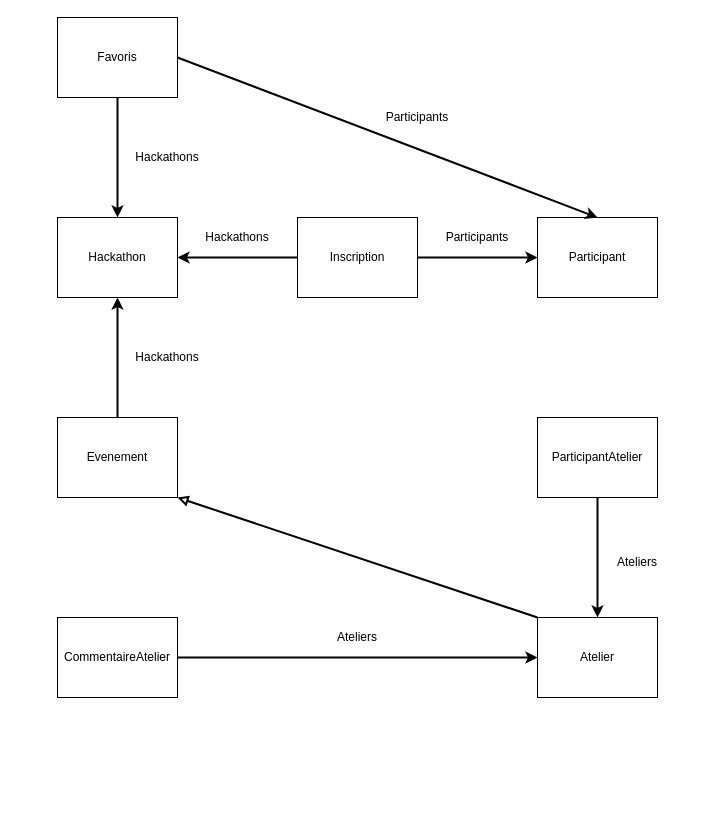
Before: hackaton/diagramme.drawio in Lucidoss/hackaton, a draw.io diagram. Source tidied: cells renumbered, new cells numbered last; positions are measured from the earlier drawing's top-left corner, leaving out a move shared by most shapes. Both pictures are drawn from the tidied source at 100%, with x=0, y=0 at pixel (57, 17).
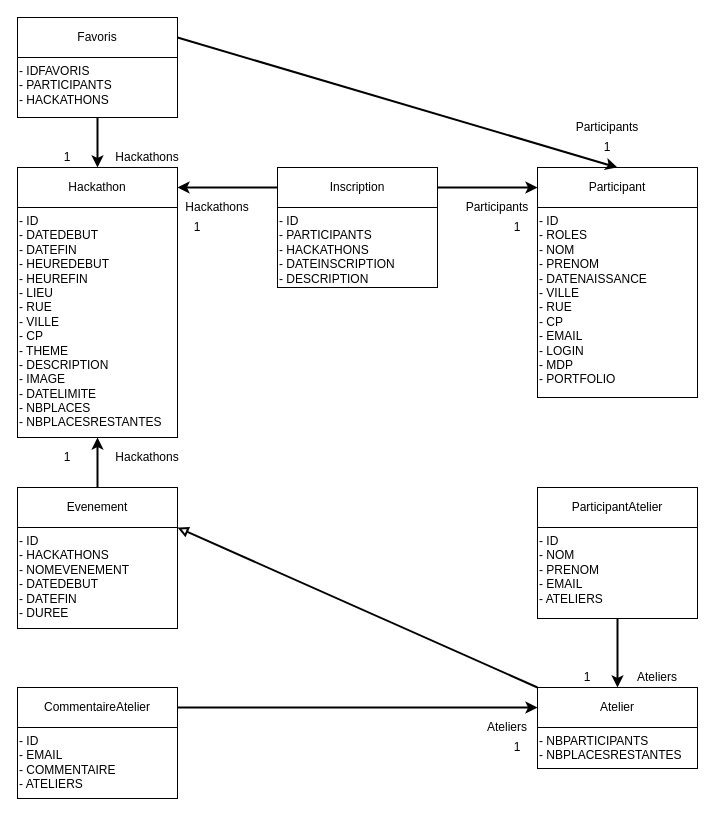
The same page after the edit.

Commit message:
diagramme des classes

Change to the diagram source:
```diff
@@
-    <mxCell id="2" style="edgeStyle=none;html=1;exitX=0.5;exitY=0;exitDx=0;exitDy=0;entryX=0.5;entryY=1;entryDx=0;entryDy=0;strokeWidth=2;" parent="1" edge="1" source="4" target="3">
+    <mxCell id="2" style="edgeStyle=none;html=1;exitX=0.5;exitY=0;exitDx=0;exitDy=0;entryX=0.5;entryY=1;entryDx=0;entryDy=0;strokeWidth=2;" parent="1" edge="1" source="4" target="28">
       <mxGeometry relative="1" as="geometry" />
     </mxCell>
     <mxCell id="3" value="Hackathon" style="whiteSpace=wrap;html=1;shadow=0;rounded=0;glass=0;direction=east;" parent="1" vertex="1">
-      <mxGeometry y="200" width="120" height="80" as="geometry" />
+      <mxGeometry x="-40" y="150" width="160" height="40" as="geometry" />
     </mxCell>
     <mxCell id="4" value="Evenement" style="whiteSpace=wrap;html=1;" parent="1" vertex="1">
-      <mxGeometry y="400" width="120" height="80" as="geometry" />
+      <mxGeometry x="-40" y="470" width="160" height="40" as="geometry" />
     </mxCell>
-    <mxCell id="5" style="edgeStyle=none;html=1;exitX=0.5;exitY=1;exitDx=0;exitDy=0;entryX=0.5;entryY=0;entryDx=0;entryDy=0;strokeWidth=2;" parent="1" edge="1" source="6" target="11">
+    <mxCell id="5" style="edgeStyle=none;html=1;exitX=0.5;exitY=1;exitDx=0;exitDy=0;entryX=0.5;entryY=0;entryDx=0;entryDy=0;strokeWidth=2;" parent="1" edge="1" source="30" target="11">
       <mxGeometry relative="1" as="geometry" />
     </mxCell>
     <mxCell id="6" value="ParticipantAtelier" style="whiteSpace=wrap;html=1;" parent="1" vertex="1">
-      <mxGeometry x="480" y="400" width="120" height="80" as="geometry" />
+      <mxGeometry x="480" y="470" width="160" height="40" as="geometry" />
     </mxCell>
@@
     <mxCell id="9" value="Inscription" style="whiteSpace=wrap;html=1;" parent="1" vertex="1">
-      <mxGeometry x="240" y="200" width="120" height="80" as="geometry" />
+      <mxGeometry x="220" y="150" width="160" height="40" as="geometry" />
     </mxCell>
@@
     <mxCell id="11" value="Atelier" style="whiteSpace=wrap;html=1;" parent="1" vertex="1">
-      <mxGeometry x="480" y="600" width="120" height="80" as="geometry" />
+      <mxGeometry x="480" y="670" width="160" height="40" as="geometry" />
     </mxCell>
     <mxCell id="12" value="Participant" style="whiteSpace=wrap;html=1;" parent="1" vertex="1">
-      <mxGeometry x="480" y="200" width="120" height="80" as="geometry" />
+      <mxGeometry x="480" y="150" width="160" height="40" as="geometry" />
     </mxCell>
@@
     <mxCell id="14" value="CommentaireAtelier" style="whiteSpace=wrap;html=1;" parent="1" vertex="1">
-      <mxGeometry y="600" width="120" height="80" as="geometry" />
+      <mxGeometry x="-40" y="670" width="160" height="40" as="geometry" />
     </mxCell>
@@
     <mxCell id="17" value="Favoris" style="whiteSpace=wrap;html=1;" parent="1" vertex="1">
-      <mxGeometry width="120" height="80" as="geometry" />
+      <mxGeometry x="-40" width="160" height="40" as="geometry" />
     </mxCell>
     <mxCell id="18" value="Participants" style="text;strokeColor=none;align=center;fillColor=none;html=1;verticalAlign=middle;whiteSpace=wrap;rounded=0;shadow=0;glass=0;sketch=0;" parent="1" vertex="1">
-      <mxGeometry x="330" y="80" width="60" height="40" as="geometry" />
+      <mxGeometry x="520" y="90" width="60" height="40" as="geometry" />
     </mxCell>
     <mxCell id="19" value="Hackathons" style="text;strokeColor=none;align=center;fillColor=none;html=1;verticalAlign=middle;whiteSpace=wrap;rounded=0;shadow=0;glass=0;sketch=0;" parent="1" vertex="1">
-      <mxGeometry x="80" y="120" width="60" height="40" as="geometry" />
+      <mxGeometry x="60" y="120" width="60" height="40" as="geometry" />
     </mxCell>
     <mxCell id="20" value="Hackathons" style="text;strokeColor=none;align=center;fillColor=none;html=1;verticalAlign=middle;whiteSpace=wrap;rounded=0;shadow=0;glass=0;sketch=0;" parent="1" vertex="1">
-      <mxGeometry x="150" y="200" width="60" height="40" as="geometry" />
+      <mxGeometry x="130" y="170" width="60" height="40" as="geometry" />
     </mxCell>
     <mxCell id="21" value="Participants" style="text;strokeColor=none;align=center;fillColor=none;html=1;verticalAlign=middle;whiteSpace=wrap;rounded=0;shadow=0;glass=0;sketch=0;" parent="1" vertex="1">
-      <mxGeometry x="390" y="200" width="60" height="40" as="geometry" />
+      <mxGeometry x="410" y="170" width="60" height="40" as="geometry" />
     </mxCell>
-    <mxCell id="22" value="Hackathons" style="text;strokeColor=none;align=center;fillColor=none;html=1;verticalAlign=middle;whiteSpace=wrap;rounded=0;shadow=0;glass=0;sketch=0;" parent="1" vertex="1">
-      <mxGeometry x="80" y="320" width="60" height="40" as="geometry" />
-    </mxCell>
     <mxCell id="23" value="Ateliers" style="text;strokeColor=none;align=center;fillColor=none;html=1;verticalAlign=middle;whiteSpace=wrap;rounded=0;shadow=0;glass=0;sketch=0;" parent="1" vertex="1">
-      <mxGeometry x="270" y="600" width="60" height="40" as="geometry" />
+      <mxGeometry x="420" y="690" width="60" height="40" as="geometry" />
     </mxCell>
     <mxCell id="24" value="Ateliers" style="text;strokeColor=none;align=center;fillColor=none;html=1;verticalAlign=middle;whiteSpace=wrap;rounded=0;shadow=0;glass=0;sketch=0;" parent="1" vertex="1">
-      <mxGeometry x="550" y="524.5" width="60" height="40" as="geometry" />
+      <mxGeometry x="570" y="640" width="60" height="40" as="geometry" />
     </mxCell>
+    <mxCell id="25" value="- IDFAVORIS&lt;br&gt;- PARTICIPANTS&lt;br&gt;- HACKATHONS" style="rounded=0;whiteSpace=wrap;html=1;glass=0;strokeColor=default;align=left;verticalAlign=top;" parent="1" vertex="1">
+      <mxGeometry x="-40" y="40" width="160" height="60" as="geometry" />
+    </mxCell>
+    <mxCell id="26" value="- ID&lt;br&gt;- ROLES&lt;br&gt;- NOM&lt;br&gt;- PRENOM&lt;br&gt;- DATENAISSANCE&lt;br&gt;- VILLE&lt;br&gt;- RUE&lt;br&gt;- CP&lt;br&gt;- EMAIL&lt;br&gt;- LOGIN&lt;br&gt;- MDP&lt;br&gt;- PORTFOLIO" style="rounded=0;whiteSpace=wrap;html=1;glass=0;strokeColor=default;align=left;verticalAlign=top;" parent="1" vertex="1">
+      <mxGeometry x="480" y="190" width="160" height="190" as="geometry" />
+    </mxCell>
+    <mxCell id="27" value="- ID&lt;br&gt;- PARTICIPANTS&lt;br&gt;- HACKATHONS&lt;br&gt;- DATEINSCRIPTION&lt;br&gt;- DESCRIPTION" style="rounded=0;whiteSpace=wrap;html=1;glass=0;strokeColor=default;align=left;verticalAlign=top;" parent="1" vertex="1">
+      <mxGeometry x="220" y="190" width="160" height="80" as="geometry" />
+    </mxCell>
+    <mxCell id="28" value="- ID&lt;br&gt;- DATEDEBUT&lt;br&gt;- DATEFIN&lt;br&gt;- HEUREDEBUT&lt;br&gt;- HEUREFIN&lt;br&gt;- LIEU&lt;br&gt;- RUE&lt;br&gt;- VILLE&lt;br&gt;- CP&lt;br&gt;- THEME&lt;br&gt;- DESCRIPTION&lt;br&gt;- IMAGE&lt;br&gt;- DATELIMITE&lt;br&gt;- NBPLACES&lt;br&gt;- NBPLACESRESTANTES" style="rounded=0;whiteSpace=wrap;html=1;glass=0;strokeColor=default;align=left;verticalAlign=top;" parent="1" vertex="1">
+      <mxGeometry x="-40" y="190" width="160" height="230" as="geometry" />
+    </mxCell>
+    <mxCell id="29" value="- ID&lt;br&gt;- HACKATHONS&lt;br&gt;- NOMEVENEMENT&lt;br&gt;- DATEDEBUT&lt;br&gt;- DATEFIN&lt;br&gt;- DUREE" style="rounded=0;whiteSpace=wrap;html=1;glass=0;strokeColor=default;align=left;verticalAlign=top;" parent="1" vertex="1">
+      <mxGeometry x="-40" y="510" width="160" height="101" as="geometry" />
+    </mxCell>
+    <mxCell id="30" value="- ID&lt;br&gt;- NOM&lt;br&gt;- PRENOM&lt;br&gt;- EMAIL&lt;br&gt;- ATELIERS" style="rounded=0;whiteSpace=wrap;html=1;glass=0;strokeColor=default;align=left;verticalAlign=top;" parent="1" vertex="1">
+      <mxGeometry x="480" y="510" width="160" height="91" as="geometry" />
+    </mxCell>
+    <mxCell id="31" value="- ID&lt;br&gt;- EMAIL&lt;br&gt;- COMMENTAIRE&lt;br&gt;- ATELIERS" style="rounded=0;whiteSpace=wrap;html=1;glass=0;strokeColor=default;align=left;verticalAlign=top;" parent="1" vertex="1">
+      <mxGeometry x="-40" y="710" width="160" height="71" as="geometry" />
+    </mxCell>
+    <mxCell id="32" value="- NBPARTICIPANTS&lt;br&gt;- NBPLACESRESTANTES" style="rounded=0;whiteSpace=wrap;html=1;glass=0;strokeColor=default;align=left;verticalAlign=top;" parent="1" vertex="1">
+      <mxGeometry x="480" y="710" width="160" height="41" as="geometry" />
+    </mxCell>
+    <mxCell id="33" value="1" style="text;strokeColor=none;align=center;fillColor=none;html=1;verticalAlign=middle;whiteSpace=wrap;rounded=0;shadow=0;glass=0;sketch=0;" parent="1" vertex="1">
+      <mxGeometry x="540" y="120" width="20" height="20" as="geometry" />
+    </mxCell>
+    <mxCell id="34" value="1" style="text;strokeColor=none;align=center;fillColor=none;html=1;verticalAlign=middle;whiteSpace=wrap;rounded=0;shadow=0;glass=0;sketch=0;" parent="1" vertex="1">
+      <mxGeometry y="130" width="20" height="20" as="geometry" />
+    </mxCell>
+    <mxCell id="35" value="1" style="text;strokeColor=none;align=center;fillColor=none;html=1;verticalAlign=middle;whiteSpace=wrap;rounded=0;shadow=0;glass=0;sketch=0;" parent="1" vertex="1">
+      <mxGeometry x="130" y="200" width="20" height="20" as="geometry" />
+    </mxCell>
+    <mxCell id="36" value="1" style="text;strokeColor=none;align=center;fillColor=none;html=1;verticalAlign=middle;whiteSpace=wrap;rounded=0;shadow=0;glass=0;sketch=0;" parent="1" vertex="1">
+      <mxGeometry x="450" y="200" width="20" height="20" as="geometry" />
+    </mxCell>
+    <mxCell id="37" value="1" style="text;strokeColor=none;align=center;fillColor=none;html=1;verticalAlign=middle;whiteSpace=wrap;rounded=0;shadow=0;glass=0;sketch=0;" parent="1" vertex="1">
+      <mxGeometry y="430" width="20" height="20" as="geometry" />
+    </mxCell>
+    <mxCell id="38" value="1" style="text;strokeColor=none;align=center;fillColor=none;html=1;verticalAlign=middle;whiteSpace=wrap;rounded=0;shadow=0;glass=0;sketch=0;" parent="1" vertex="1">
+      <mxGeometry x="450" y="720" width="20" height="20" as="geometry" />
+    </mxCell>
+    <mxCell id="39" value="1" style="text;strokeColor=none;align=center;fillColor=none;html=1;verticalAlign=middle;whiteSpace=wrap;rounded=0;shadow=0;glass=0;sketch=0;" parent="1" vertex="1">
+      <mxGeometry x="520" y="650" width="20" height="20" as="geometry" />
+    </mxCell>
+    <mxCell id="22" value="Hackathons" style="text;strokeColor=none;align=center;fillColor=none;html=1;verticalAlign=middle;whiteSpace=wrap;rounded=0;shadow=0;glass=0;sketch=0;" parent="1" vertex="1">
+      <mxGeometry x="60" y="420" width="60" height="40" as="geometry" />
+    </mxCell>
```
